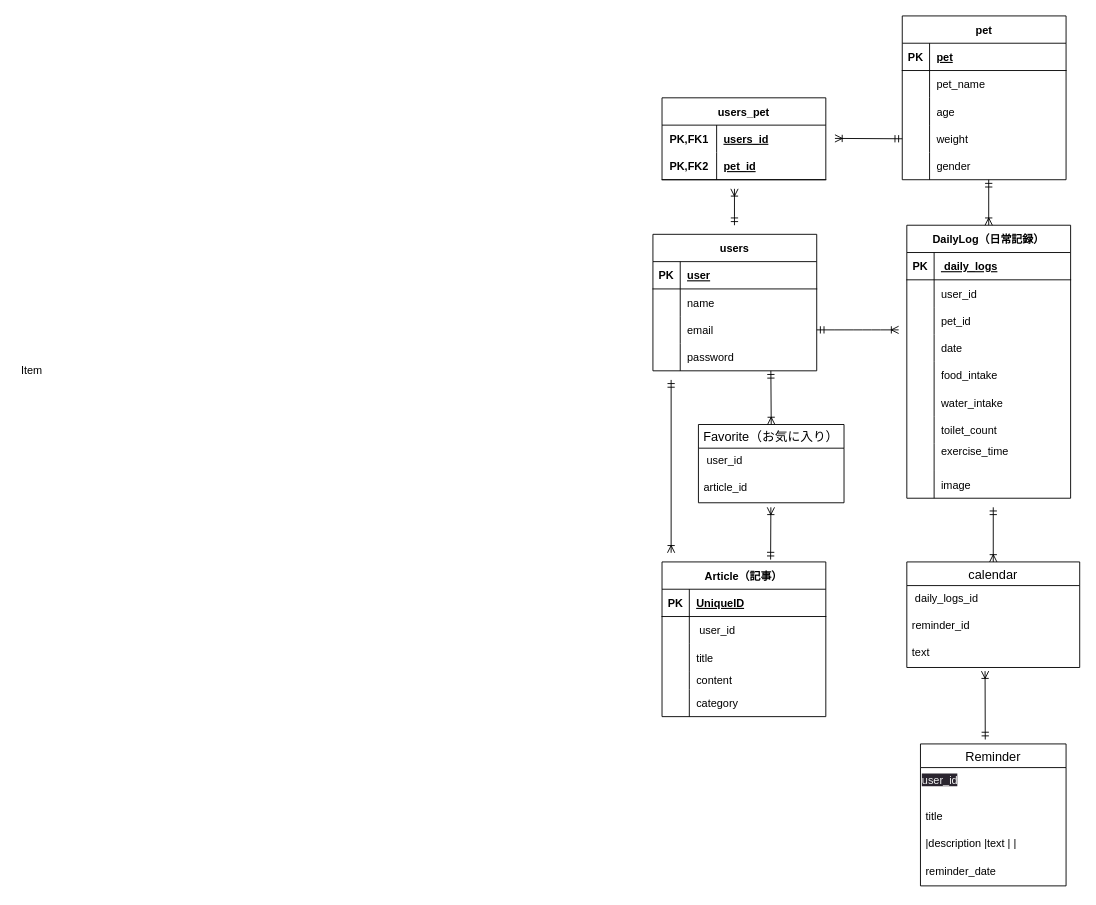
The draw.io diagram pet_health_dliary.dio in fujimasa0107/pet_health_diary, before the edit. Source tidied: cells renumbered, new cells numbered last; positions are measured from the earlier drawing's top-left corner, leaving out a move shared by most shapes. Both pictures are drawn from the tidied source at 91%, with x=0, y=0 at pixel (15, 15).
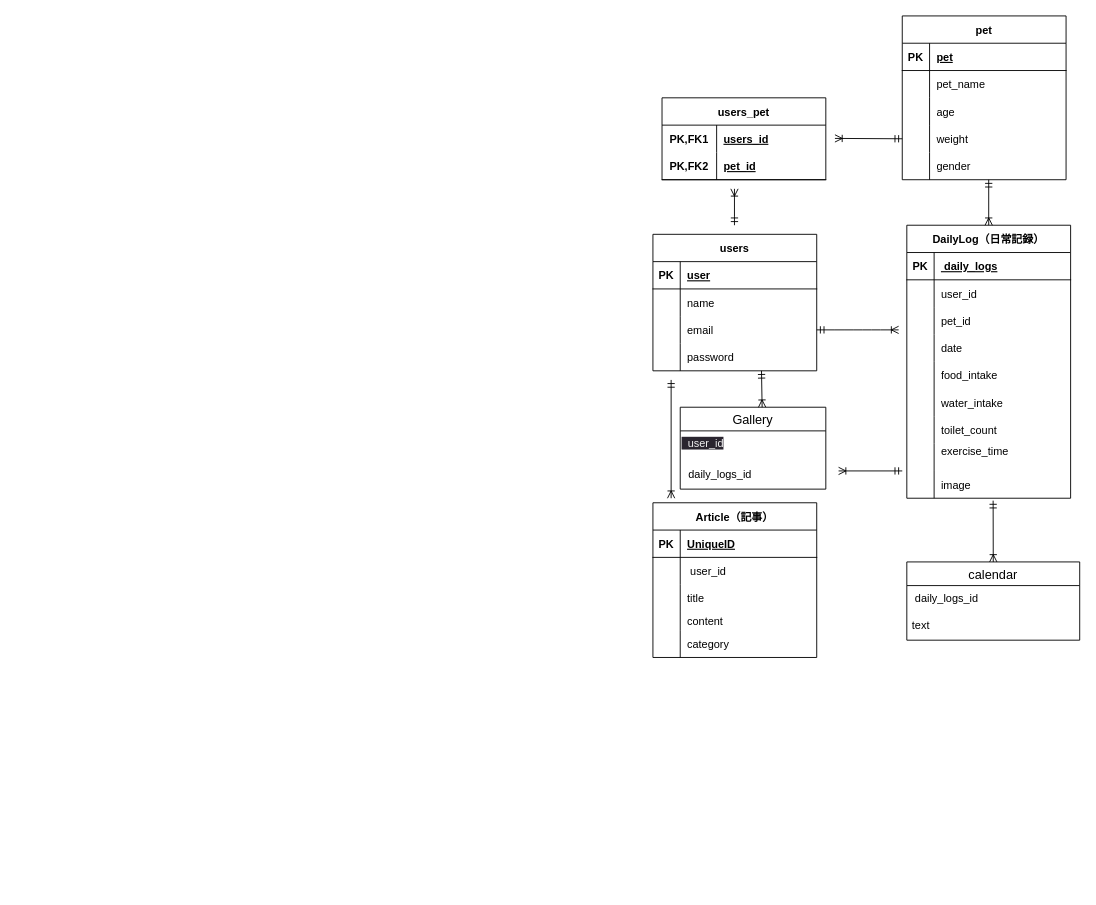
After the change.

Unchanged cells that the change refers to:
```xml
<mxCell id="27" style="shape=tableRow;horizontal=0;startSize=0;swimlaneHead=0;swimlaneBody=0;fillColor=none;points=[[0,0.5],[1,0.5]];portConstraint=eastwest;top=0;left=0;right=0;bottom=0;" parent="2" vertex="1">
  <mxGeometry y="270" width="180" height="30" as="geometry" />
</mxCell>
```

Change to the diagram source:
```diff
@@
     <mxCell id="59" value="Article（記事）" style="shape=table;startSize=30;childLayout=tableLayout;rowLines=0;fontStyle=1;align=center;" parent="1" vertex="1">
-      <mxGeometry x="710" y="600" width="180" height="170" as="geometry" />
+      <mxGeometry x="700" y="535" width="180" height="170" as="geometry" />
     </mxCell>
@@
-    <mxCell id="75" value="Favorite（お気に入り）" style="swimlane;fontStyle=0;horizontal=1;startSize=26;align=center;fontSize=14;" parent="1" vertex="1">
-      <mxGeometry x="750" y="449" width="160" height="86" as="geometry" />
-    </mxCell>
-    <mxCell id="76" value=" user_id" style="text;strokeColor=none;fillColor=none;spacingLeft=4;spacingRight=4;overflow=hidden;fontSize=12;" parent="75" vertex="1">
-      <mxGeometry y="26" width="160" height="30" as="geometry" />
-    </mxCell>
-    <mxCell id="77" value="article_id" style="text;strokeColor=none;fillColor=none;spacingLeft=4;spacingRight=4;overflow=hidden;fontSize=12;" parent="75" vertex="1">
-      <mxGeometry y="56" width="160" height="30" as="geometry" />
-    </mxCell>
-    <mxCell id="78" value="Reminder" style="swimlane;fontStyle=0;horizontal=1;startSize=26;align=center;fontSize=14;" parent="1" vertex="1">
-      <mxGeometry x="994" y="800" width="160" height="156" as="geometry" />
+    <mxCell id="78" value="Gallery" style="swimlane;fontStyle=0;horizontal=1;startSize=26;align=center;fontSize=14;" parent="1" vertex="1">
+      <mxGeometry x="730" y="430" width="160" height="90" as="geometry" />
     </mxCell>
-    <mxCell id="79" value="&lt;span style=&quot;color: rgb(240, 240, 240); font-family: Helvetica; font-size: 12px; font-style: normal; font-variant-ligatures: normal; font-variant-caps: normal; font-weight: 400; letter-spacing: normal; orphans: 2; text-align: left; text-indent: 0px; text-transform: none; widows: 2; word-spacing: 0px; -webkit-text-stroke-width: 0px; background-color: rgb(42, 37, 47); text-decoration-thickness: initial; text-decoration-style: initial; text-decoration-color: initial; float: none; display: inline !important;&quot;&gt;user_id&lt;/span&gt;" style="text;whiteSpace=wrap;html=1;" parent="78" vertex="1">
-      <mxGeometry y="26" width="160" height="40" as="geometry" />
+    <mxCell id="79" value="&lt;span style=&quot;color: rgb(240, 240, 240); font-family: Helvetica; font-size: 12px; font-style: normal; font-variant-ligatures: normal; font-variant-caps: normal; font-weight: 400; letter-spacing: normal; orphans: 2; text-align: left; text-indent: 0px; text-transform: none; widows: 2; word-spacing: 0px; -webkit-text-stroke-width: 0px; background-color: rgb(42, 37, 47); text-decoration-thickness: initial; text-decoration-style: initial; text-decoration-color: initial; float: none; display: inline !important;&quot;&gt;&amp;nbsp; user_id&lt;/span&gt;" style="text;whiteSpace=wrap;html=1;" parent="78" vertex="1">
+      <mxGeometry y="26" width="160" height="34" as="geometry" />
     </mxCell>
-    <mxCell id="80" value="title" style="text;strokeColor=none;fillColor=none;spacingLeft=4;spacingRight=4;overflow=hidden;fontSize=12;" parent="78" vertex="1">
-      <mxGeometry y="66" width="160" height="30" as="geometry" />
-    </mxCell>
-    <mxCell id="81" value="|description |text | |" style="text;strokeColor=none;fillColor=none;spacingLeft=4;spacingRight=4;overflow=hidden;fontSize=12;" parent="78" vertex="1">
-      <mxGeometry y="96" width="160" height="30" as="geometry" />
-    </mxCell>
-    <mxCell id="82" value="reminder_date" style="text;strokeColor=none;fillColor=none;spacingLeft=4;spacingRight=4;overflow=hidden;fontSize=12;" parent="78" vertex="1">
-      <mxGeometry y="126" width="160" height="30" as="geometry" />
+    <mxCell id="82" value=" daily_logs_id" style="text;strokeColor=none;fillColor=none;spacingLeft=4;spacingRight=4;overflow=hidden;fontSize=12;" parent="78" vertex="1">
+      <mxGeometry y="60" width="160" height="30" as="geometry" />
     </mxCell>
@@
     <mxCell id="85" value="calendar" style="swimlane;fontStyle=0;horizontal=1;startSize=26;align=center;fontSize=14;" parent="1" vertex="1">
-      <mxGeometry x="979" y="600" width="190" height="116" as="geometry" />
+      <mxGeometry x="979" y="600" width="190" height="86" as="geometry" />
     </mxCell>
@@
-    <mxCell id="87" value="reminder_id&#10;" style="text;strokeColor=none;fillColor=none;spacingLeft=4;spacingRight=4;overflow=hidden;fontSize=12;" parent="85" vertex="1">
-      <mxGeometry y="56" width="190" height="30" as="geometry" />
-    </mxCell>
     <mxCell id="88" value="text" style="text;strokeColor=none;fillColor=none;spacingLeft=4;spacingRight=4;overflow=hidden;fontSize=12;" parent="85" vertex="1">
-      <mxGeometry y="86" width="190" height="30" as="geometry" />
+      <mxGeometry y="56" width="190" height="30" as="geometry" />
     </mxCell>
-    <mxCell id="89" style="fontSize=12;html=1;endArrow=ERoneToMany;startArrow=ERmandOne;exitX=0.445;exitY=-0.031;exitDx=0;exitDy=0;exitPerimeter=0;" parent="1" edge="1" source="78">
+    <mxCell id="89" style="fontSize=12;html=1;endArrow=ERoneToMany;startArrow=ERmandOne;" parent="1" edge="1">
       <mxGeometry relative="1" as="geometry">
-        <mxPoint x="1065" y="720" as="targetPoint" />
+        <mxPoint x="974" y="500" as="sourcePoint" />
+        <mxPoint x="904" y="500" as="targetPoint" />
       </mxGeometry>
     </mxCell>
-    <mxCell id="90" style="fontSize=12;html=1;endArrow=ERoneToMany;startArrow=ERmandOne;entryX=0.5;entryY=0;entryDx=0;entryDy=0;" parent="1" edge="1" target="85">
-      <mxGeometry relative="1" as="geometry">
-        <mxPoint x="1074" y="540" as="sourcePoint" />
-      </mxGeometry>
+    <mxCell id="90" style="fontSize=12;html=1;endArrow=ERoneToMany;startArrow=ERmandOne;entryX=0.5;entryY=0;entryDx=0;entryDy=0;exitX=0.527;exitY=1.089;exitDx=0;exitDy=0;exitPerimeter=0;" parent="1" edge="1" source="27" target="85">
+      <mxGeometry relative="1" as="geometry" />
     </mxCell>
-    <mxCell id="91" value="Item" style="text;strokeColor=none;fillColor=none;spacingLeft=4;spacingRight=4;overflow=hidden;fontSize=12;" parent="1" vertex="1">
-      <mxGeometry y="376" width="40" height="30" as="geometry" />
-    </mxCell>
-    <mxCell id="92" style="fontSize=12;html=1;endArrow=ERoneToMany;startArrow=ERmandOne;entryX=0.5;entryY=0;entryDx=0;entryDy=0;" parent="1" edge="1" target="75">
-      <mxGeometry relative="1" as="geometry">
-        <mxPoint x="829.6" y="390" as="sourcePoint" />
-      </mxGeometry>
-    </mxCell>
     <mxCell id="93" style="fontSize=12;html=1;endArrow=ERoneToMany;startArrow=ERmandOne;" parent="1" edge="1">
       <mxGeometry relative="1" as="geometry">
         <mxPoint x="720" y="400" as="sourcePoint" />
-        <mxPoint x="720" y="590" as="targetPoint" />
+        <mxPoint x="720" y="530" as="targetPoint" />
       </mxGeometry>
     </mxCell>
-    <mxCell id="94" style="fontSize=12;html=1;endArrow=ERoneToMany;startArrow=ERmandOne;exitX=0.663;exitY=-0.015;exitDx=0;exitDy=0;exitPerimeter=0;" parent="1" edge="1" source="59">
-      <mxGeometry relative="1" as="geometry">
-        <mxPoint x="829.6" y="540" as="targetPoint" />
-      </mxGeometry>
-    </mxCell>
@@
+    <mxCell id="104" style="fontSize=12;html=1;endArrow=ERoneToMany;startArrow=ERmandOne;" parent="1" edge="1">
+      <mxGeometry relative="1" as="geometry">
+        <mxPoint x="819.3" y="390" as="sourcePoint" />
+        <mxPoint x="820" y="430" as="targetPoint" />
+      </mxGeometry>
+    </mxCell>
```
